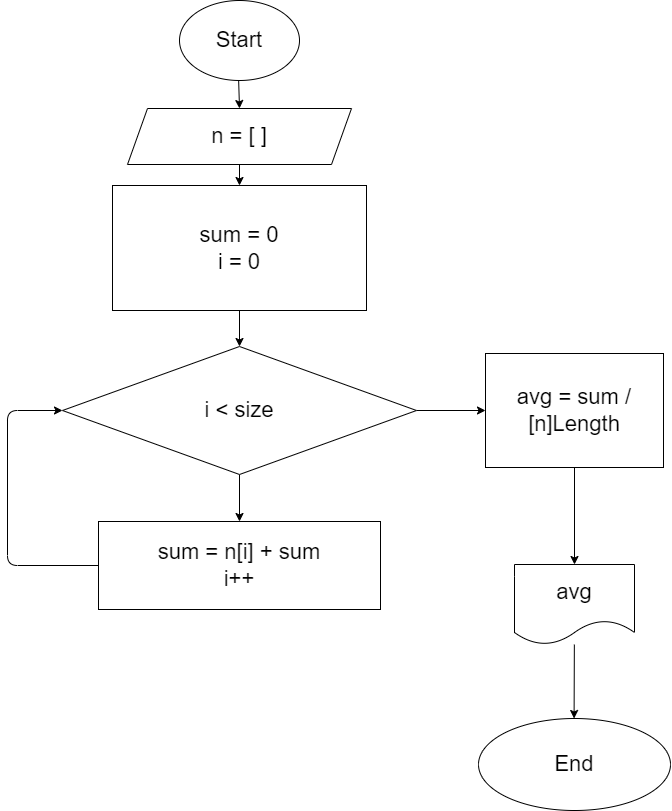
This is HomeWork02/Example228/Ex228.drawio.png from Pythoncheg/C-Discover, a draw.io export, as it was before one commit. Source tidied: cells renumbered, new cells last; positions are measured from the earlier drawing's top-left corner, leaving out a move shared by most shapes. Source of this version:
```xml
<mxGraphModel>
  <root>
    <mxCell id="0" />
    <mxCell id="1" parent="0" />
    <mxCell id="2" style="edgeStyle=none;html=1;fontSize=22;" parent="1" edge="1" source="3" target="5">
      <mxGeometry relative="1" as="geometry" />
    </mxCell>
    <mxCell id="3" value="Start" style="ellipse;whiteSpace=wrap;html=1;fontSize=22;" parent="1" vertex="1">
      <mxGeometry x="172" width="120" height="80" as="geometry" />
    </mxCell>
    <mxCell id="4" style="edgeStyle=none;html=1;fontSize=22;" parent="1" edge="1" source="5" target="7">
      <mxGeometry relative="1" as="geometry" />
    </mxCell>
    <mxCell id="5" value="n = [ ]" style="shape=parallelogram;perimeter=parallelogramPerimeter;whiteSpace=wrap;html=1;fixedSize=1;fontSize=22;" parent="1" vertex="1">
      <mxGeometry x="120" y="108" width="224" height="56" as="geometry" />
    </mxCell>
    <mxCell id="6" style="edgeStyle=none;html=1;fontSize=22;" parent="1" edge="1" source="7" target="10">
      <mxGeometry relative="1" as="geometry" />
    </mxCell>
    <mxCell id="7" value="sum = 0&lt;br&gt;i = 0" style="whiteSpace=wrap;html=1;fontSize=22;" parent="1" vertex="1">
      <mxGeometry x="105" y="185" width="254" height="125" as="geometry" />
    </mxCell>
    <mxCell id="8" style="edgeStyle=none;html=1;fontSize=22;" parent="1" edge="1" source="10" target="12">
      <mxGeometry relative="1" as="geometry" />
    </mxCell>
    <mxCell id="9" style="edgeStyle=none;html=1;fontSize=22;" parent="1" edge="1" source="10" target="14">
      <mxGeometry relative="1" as="geometry" />
    </mxCell>
    <mxCell id="10" value="i &amp;lt; size" style="rhombus;whiteSpace=wrap;html=1;fontSize=22;" parent="1" vertex="1">
      <mxGeometry x="55" y="346" width="354" height="128" as="geometry" />
    </mxCell>
    <mxCell id="11" style="edgeStyle=none;html=1;entryX=0;entryY=0.5;entryDx=0;entryDy=0;fontSize=22;" parent="1" edge="1" source="12" target="10">
      <mxGeometry relative="1" as="geometry">
        <Array as="points">
          <mxPoint y="565" />
          <mxPoint y="410" />
        </Array>
      </mxGeometry>
    </mxCell>
    <mxCell id="12" value="sum = n[i] + sum&lt;br&gt;i++" style="whiteSpace=wrap;html=1;fontSize=22;" parent="1" vertex="1">
      <mxGeometry x="91" y="521" width="282" height="88" as="geometry" />
    </mxCell>
    <mxCell id="13" style="edgeStyle=none;html=1;fontSize=22;" parent="1" edge="1" source="14" target="16">
      <mxGeometry relative="1" as="geometry" />
    </mxCell>
    <mxCell id="14" value="avg = sum / [n]Length" style="whiteSpace=wrap;html=1;fontSize=22;" parent="1" vertex="1">
      <mxGeometry x="478" y="353" width="178" height="114" as="geometry" />
    </mxCell>
    <mxCell id="15" style="edgeStyle=none;html=1;fontSize=22;" parent="1" edge="1" source="16" target="17">
      <mxGeometry relative="1" as="geometry" />
    </mxCell>
    <mxCell id="16" value="avg" style="shape=document;whiteSpace=wrap;html=1;boundedLbl=1;fontSize=22;" parent="1" vertex="1">
      <mxGeometry x="507" y="564" width="120" height="80" as="geometry" />
    </mxCell>
    <mxCell id="17" value="End" style="ellipse;whiteSpace=wrap;html=1;fontSize=22;" parent="1" vertex="1">
      <mxGeometry x="471" y="718" width="192" height="92" as="geometry" />
    </mxCell>
  </root>
</mxGraphModel>
```
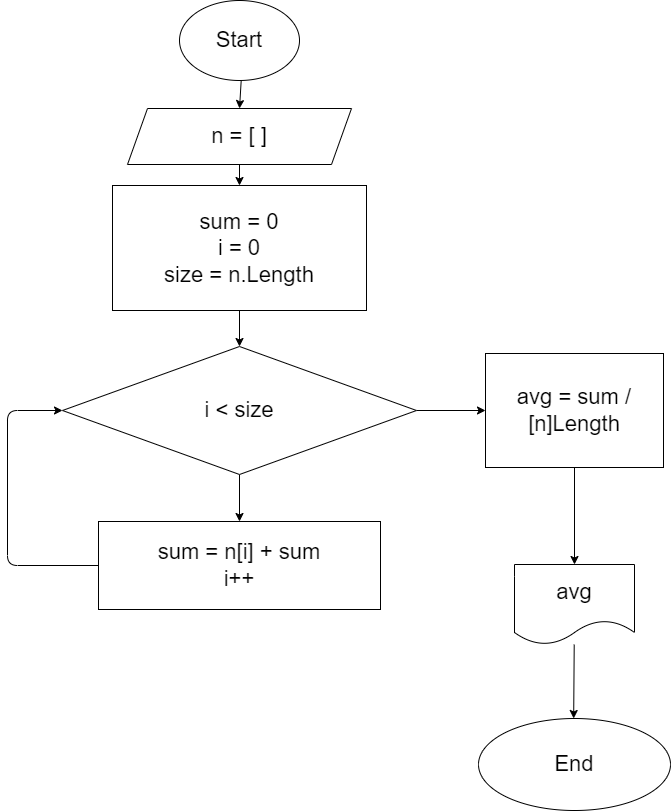
After the commit.

Commit message:
Выполнил Example 228 c правкой в блок схеме.

What changed in the source:
```diff
@@ -17,7 +17,7 @@
     <mxCell id="6" style="edgeStyle=none;html=1;fontSize=22;" parent="1" edge="1" source="7" target="10">
       <mxGeometry relative="1" as="geometry" />
     </mxCell>
-    <mxCell id="7" value="sum = 0&lt;br&gt;i = 0" style="whiteSpace=wrap;html=1;fontSize=22;" parent="1" vertex="1">
+    <mxCell id="7" value="sum = 0&lt;br&gt;i = 0&lt;br&gt;size = n.Length" style="whiteSpace=wrap;html=1;fontSize=22;" parent="1" vertex="1">
       <mxGeometry x="105" y="185" width="254" height="125" as="geometry" />
     </mxCell>
     <mxCell id="8" style="edgeStyle=none;html=1;fontSize=22;" parent="1" edge="1" source="10" target="12">
```
